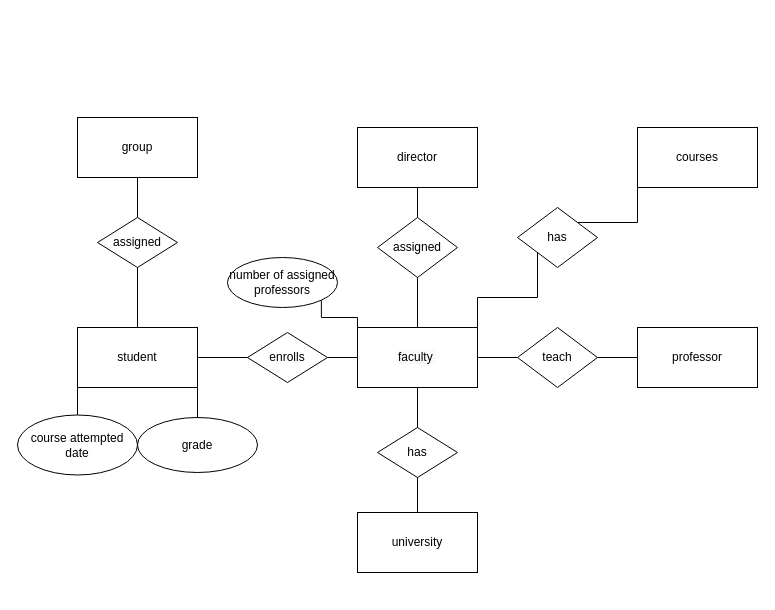
RakaVaqaFlow/S22-Databases keeps this draw.io diagram as week02/ex1.drawio. Above is the earlier version. Source tidied: cells renumbered, new cells numbered last; positions are measured from the earlier drawing's top-left corner, leaving out a move shared by most shapes. Both pictures are drawn from the tidied source at 100%, with x=0, y=0 at pixel (17, 117).
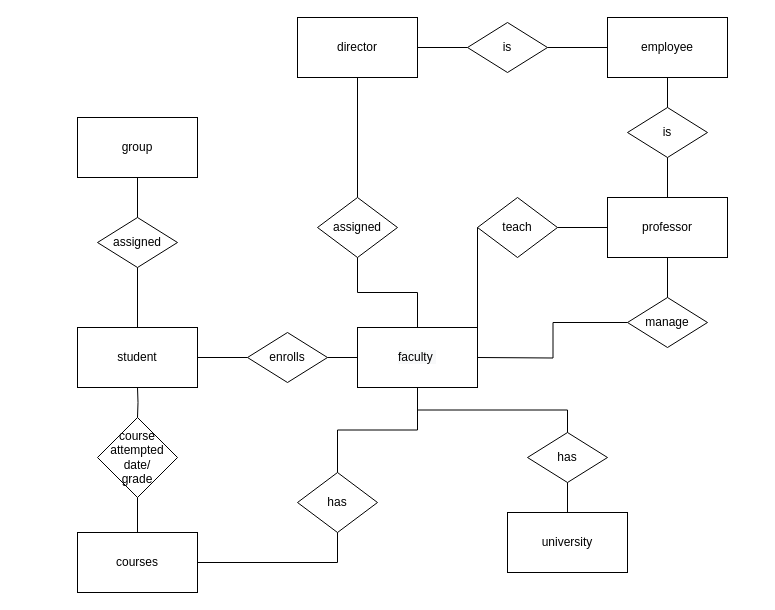
The same page after the edit.

Unchanged cells that the change refers to:
```xml
<mxCell id="2" value="&#10;&#10;&lt;span style=&quot;color: rgb(0, 0, 0); font-family: helvetica; font-size: 12px; font-style: normal; font-weight: 400; letter-spacing: normal; text-align: center; text-indent: 0px; text-transform: none; word-spacing: 0px; background-color: rgb(248, 249, 250); display: inline; float: none;&quot;&gt;faculty&lt;span&gt;&amp;nbsp;&lt;/span&gt;&lt;/span&gt;&#10;&#10;" style="rounded=0;whiteSpace=wrap;html=1;" parent="1" vertex="1">
  <mxGeometry x="340" y="210" width="120" height="60" as="geometry" />
</mxCell>
<mxCell id="4" value="student" style="rounded=0;whiteSpace=wrap;html=1;" parent="1" vertex="1">
  <mxGeometry x="60" y="210" width="120" height="60" as="geometry" />
</mxCell>
```

Diff of the diagram source:
```diff
@@
     <mxCell id="3" value="university" style="rounded=0;whiteSpace=wrap;html=1;" parent="1" vertex="1">
-      <mxGeometry x="340" y="395" width="120" height="60" as="geometry" />
+      <mxGeometry x="490" y="395" width="120" height="60" as="geometry" />
     </mxCell>
@@
     <mxCell id="5" value="professor" style="rounded=0;whiteSpace=wrap;html=1;" parent="1" vertex="1">
-      <mxGeometry x="620" y="210" width="120" height="60" as="geometry" />
+      <mxGeometry x="590" y="80" width="120" height="60" as="geometry" />
     </mxCell>
@@
     <mxCell id="7" value="has" style="rhombus;whiteSpace=wrap;html=1;" parent="1" vertex="1">
-      <mxGeometry x="360" y="310" width="80" height="50" as="geometry" />
+      <mxGeometry x="510" y="315" width="80" height="50" as="geometry" />
     </mxCell>
@@
     <mxCell id="16" value="director" style="rounded=0;whiteSpace=wrap;html=1;" parent="1" vertex="1">
-      <mxGeometry x="340" y="10" width="120" height="60" as="geometry" />
+      <mxGeometry x="280" y="-100" width="120" height="60" as="geometry" />
     </mxCell>
@@
     <mxCell id="18" value="assigned" style="rhombus;whiteSpace=wrap;html=1;" parent="1" vertex="1">
-      <mxGeometry x="360" y="100" width="80" height="60" as="geometry" />
+      <mxGeometry x="300" y="80" width="80" height="60" as="geometry" />
     </mxCell>
@@
-    <mxCell id="20" style="endArrow=none;html=1;rounded=0;edgeStyle=orthogonalEdgeStyle;entryX=0;entryY=0.5;entryDx=0;entryDy=0;exitX=1;exitY=0.5;exitDx=0;exitDy=0;startArrow=none;" parent="1" edge="1" source="21" target="5">
-      <mxGeometry relative="1" as="geometry" />
-    </mxCell>
     <mxCell id="21" value="teach" style="rhombus;whiteSpace=wrap;html=1;" parent="1" vertex="1">
-      <mxGeometry x="500" y="210" width="80" height="60" as="geometry" />
+      <mxGeometry x="460" y="80" width="80" height="60" as="geometry" />
     </mxCell>
     <mxCell id="22" style="endArrow=none;html=1;rounded=0;edgeStyle=orthogonalEdgeStyle;entryX=0;entryY=0.5;entryDx=0;entryDy=0;exitX=1;exitY=0.5;exitDx=0;exitDy=0;" parent="1" edge="1" source="2" target="21">
-      <mxGeometry relative="1" as="geometry" />
+      <mxGeometry relative="1" as="geometry">
+        <Array as="points">
+          <mxPoint x="460" y="110" />
+        </Array>
+      </mxGeometry>
     </mxCell>
     <mxCell id="23" value="courses" style="rounded=0;whiteSpace=wrap;html=1;" parent="1" vertex="1">
-      <mxGeometry x="620" y="10" width="120" height="60" as="geometry" />
+      <mxGeometry x="60" y="415" width="120" height="60" as="geometry" />
     </mxCell>
-    <mxCell id="24" style="endArrow=none;html=1;rounded=0;edgeStyle=orthogonalEdgeStyle;entryX=0;entryY=1;entryDx=0;entryDy=0;exitX=1;exitY=0;exitDx=0;exitDy=0;startArrow=none;" parent="1" edge="1" source="25" target="23">
-      <mxGeometry relative="1" as="geometry" />
-    </mxCell>
     <mxCell id="25" value="has" style="rhombus;whiteSpace=wrap;html=1;" parent="1" vertex="1">
-      <mxGeometry x="500" y="90" width="80" height="60" as="geometry" />
+      <mxGeometry x="280" y="355" width="80" height="60" as="geometry" />
     </mxCell>
-    <mxCell id="26" style="endArrow=none;html=1;rounded=0;edgeStyle=orthogonalEdgeStyle;entryX=0;entryY=1;entryDx=0;entryDy=0;exitX=1;exitY=0;exitDx=0;exitDy=0;" parent="1" edge="1" source="2" target="25">
-      <mxGeometry relative="1" as="geometry" />
-    </mxCell>
-    <mxCell id="27" value="number of assigned professors" style="ellipse;whiteSpace=wrap;html=1;" parent="1" vertex="1">
-      <mxGeometry x="210" y="140" width="110" height="50" as="geometry" />
-    </mxCell>
-    <mxCell id="28" style="endArrow=none;html=1;rounded=0;edgeStyle=orthogonalEdgeStyle;entryX=1;entryY=1;entryDx=0;entryDy=0;exitX=0;exitY=0;exitDx=0;exitDy=0;" parent="1" edge="1" source="2" target="27">
-      <mxGeometry relative="1" as="geometry" />
-    </mxCell>
-    <mxCell id="29" value="grade" style="ellipse;whiteSpace=wrap;html=1;" parent="1" vertex="1">
-      <mxGeometry x="120" y="300" width="120" height="55" as="geometry" />
-    </mxCell>
-    <mxCell id="30" value="course attempted date" style="ellipse;whiteSpace=wrap;html=1;" parent="1" vertex="1">
-      <mxGeometry y="297.5" width="120" height="60" as="geometry" />
-    </mxCell>
-    <mxCell id="31" style="endArrow=none;html=1;rounded=0;edgeStyle=orthogonalEdgeStyle;entryX=0;entryY=1;entryDx=0;entryDy=0;exitX=0.5;exitY=0;exitDx=0;exitDy=0;" parent="1" edge="1" source="30" target="4">
-      <mxGeometry relative="1" as="geometry" />
-    </mxCell>
-    <mxCell id="32" style="endArrow=none;html=1;rounded=0;edgeStyle=orthogonalEdgeStyle;entryX=1;entryY=1;entryDx=0;entryDy=0;exitX=0.5;exitY=0;exitDx=0;exitDy=0;" parent="1" edge="1" source="29" target="4">
-      <mxGeometry relative="1" as="geometry" />
-    </mxCell>
+    <mxCell id="33" value="employee" style="rounded=0;whiteSpace=wrap;html=1;" parent="1" vertex="1">
+      <mxGeometry x="590" y="-100" width="120" height="60" as="geometry" />
+    </mxCell>
+    <mxCell id="34" style="endArrow=none;html=1;rounded=0;edgeStyle=orthogonalEdgeStyle;entryX=0.5;entryY=1;entryDx=0;entryDy=0;exitX=0.5;exitY=0;exitDx=0;exitDy=0;" parent="1" edge="1" source="25" target="2">
+      <mxGeometry relative="1" as="geometry" />
+    </mxCell>
+    <mxCell id="35" value="is" style="rhombus;whiteSpace=wrap;html=1;" parent="1" vertex="1">
+      <mxGeometry x="610" y="-10" width="80" height="50" as="geometry" />
+    </mxCell>
+    <mxCell id="36" value="is" style="rhombus;whiteSpace=wrap;html=1;" parent="1" vertex="1">
+      <mxGeometry x="450" y="-95" width="80" height="50" as="geometry" />
+    </mxCell>
+    <mxCell id="37" style="endArrow=none;html=1;rounded=0;edgeStyle=orthogonalEdgeStyle;entryX=0;entryY=0.5;entryDx=0;entryDy=0;exitX=1;exitY=0.5;exitDx=0;exitDy=0;" parent="1" edge="1" source="16" target="36">
+      <mxGeometry relative="1" as="geometry" />
+    </mxCell>
+    <mxCell id="38" style="endArrow=none;html=1;rounded=0;edgeStyle=orthogonalEdgeStyle;entryX=0;entryY=0.5;entryDx=0;entryDy=0;exitX=1;exitY=0.5;exitDx=0;exitDy=0;" parent="1" edge="1" source="36" target="33">
+      <mxGeometry relative="1" as="geometry" />
+    </mxCell>
+    <mxCell id="39" style="endArrow=none;html=1;rounded=0;edgeStyle=orthogonalEdgeStyle;entryX=0.5;entryY=1;entryDx=0;entryDy=0;exitX=0.5;exitY=0;exitDx=0;exitDy=0;" parent="1" edge="1" source="35" target="33">
+      <mxGeometry relative="1" as="geometry" />
+    </mxCell>
+    <mxCell id="40" style="endArrow=none;html=1;rounded=0;edgeStyle=orthogonalEdgeStyle;entryX=0.5;entryY=1;entryDx=0;entryDy=0;exitX=0.5;exitY=0;exitDx=0;exitDy=0;" parent="1" edge="1" source="5" target="35">
+      <mxGeometry relative="1" as="geometry" />
+    </mxCell>
+    <mxCell id="20" style="endArrow=none;html=1;rounded=0;edgeStyle=orthogonalEdgeStyle;entryX=0;entryY=0.5;entryDx=0;entryDy=0;exitX=1;exitY=0.5;exitDx=0;exitDy=0;" parent="1" edge="1" source="21" target="5">
+      <mxGeometry relative="1" as="geometry" />
+    </mxCell>
+    <mxCell id="41" style="endArrow=none;html=1;rounded=0;edgeStyle=orthogonalEdgeStyle;entryX=0;entryY=0.5;entryDx=0;entryDy=0;" parent="1" edge="1" target="42">
+      <mxGeometry relative="1" as="geometry">
+        <mxPoint x="460" y="240" as="sourcePoint" />
+      </mxGeometry>
+    </mxCell>
+    <mxCell id="42" value="manage" style="rhombus;whiteSpace=wrap;html=1;" parent="1" vertex="1">
+      <mxGeometry x="610" y="180" width="80" height="50" as="geometry" />
+    </mxCell>
+    <mxCell id="43" style="endArrow=none;html=1;rounded=0;edgeStyle=orthogonalEdgeStyle;entryX=0.5;entryY=1;entryDx=0;entryDy=0;exitX=0.5;exitY=0;exitDx=0;exitDy=0;" parent="1" edge="1" source="42" target="5">
+      <mxGeometry relative="1" as="geometry" />
+    </mxCell>
+    <mxCell id="44" style="endArrow=none;html=1;rounded=0;edgeStyle=orthogonalEdgeStyle;entryX=0.5;entryY=1;entryDx=0;entryDy=0;exitX=1;exitY=0.5;exitDx=0;exitDy=0;" parent="1" edge="1" source="23" target="25">
+      <mxGeometry relative="1" as="geometry" />
+    </mxCell>
+    <mxCell id="45" value="&lt;span&gt;course attempted date/&lt;br&gt;grade&lt;br&gt;&lt;/span&gt;" style="rhombus;whiteSpace=wrap;html=1;" parent="1" vertex="1">
+      <mxGeometry x="80" y="300" width="80" height="80" as="geometry" />
+    </mxCell>
+    <mxCell id="46" style="endArrow=none;html=1;rounded=0;edgeStyle=orthogonalEdgeStyle;entryX=0.5;entryY=1;entryDx=0;entryDy=0;" parent="1" edge="1" target="4">
+      <mxGeometry relative="1" as="geometry">
+        <mxPoint x="120" y="300" as="sourcePoint" />
+      </mxGeometry>
+    </mxCell>
+    <mxCell id="47" style="endArrow=none;html=1;rounded=0;edgeStyle=orthogonalEdgeStyle;entryX=0.5;entryY=1;entryDx=0;entryDy=0;exitX=0.5;exitY=0;exitDx=0;exitDy=0;" parent="1" edge="1" source="23" target="45">
+      <mxGeometry relative="1" as="geometry" />
+    </mxCell>
```
